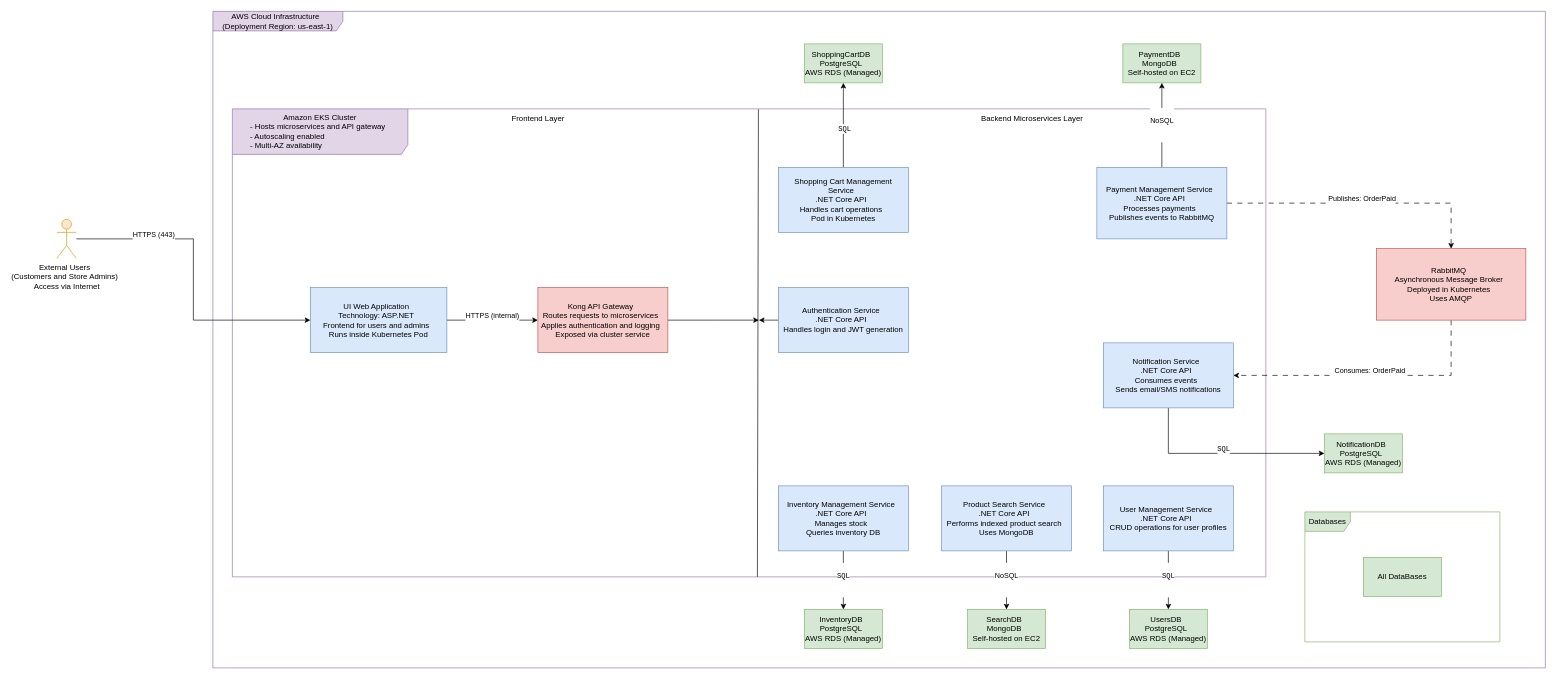
Mundrack/Diagramas-DrawIO keeps this draw.io diagram as SPSM_Infrastructure_Diagram.drawio. Above is the earlier version. Source tidied: cells renumbered, new cells numbered last; positions are measured from the earlier drawing's top-left corner, leaving out a move shared by most shapes. Both pictures are drawn from the tidied source at 65%, with x=0, y=0 at pixel (57, 11).
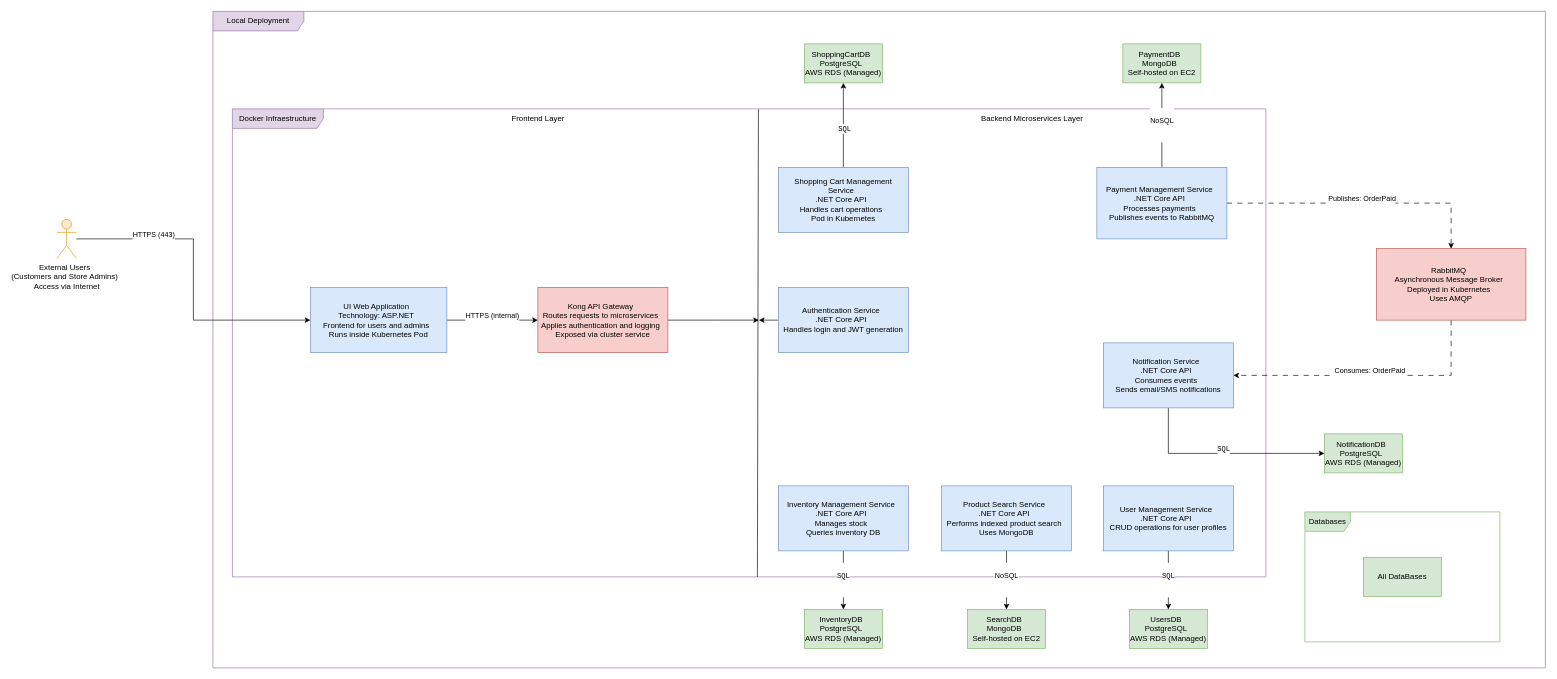
The same page after the edit.

The edit, as a diff of the source:
```diff
@@
-    <mxCell id="2" value="&lt;div&gt;AWS Cloud Infrastructure&amp;nbsp;&amp;nbsp;&lt;/div&gt;&lt;div&gt;(Deployment Region: us-east-1)&lt;/div&gt;" style="shape=umlFrame;whiteSpace=wrap;html=1;width=200;height=30;fillColor=#e1d5e7;strokeColor=#9673a6;" parent="1" vertex="1">
+    <mxCell id="2" value="Local Deployment" style="shape=umlFrame;whiteSpace=wrap;html=1;width=140;height=30;fillColor=#e1d5e7;strokeColor=#9673a6;" parent="1" vertex="1">
       <mxGeometry x="240" width="2050" height="1010" as="geometry" />
     </mxCell>
-    <mxCell id="3" value="Amazon EKS Cluster&lt;br&gt;&lt;div style=&quot;text-align: left; text-wrap-mode: nowrap;&quot;&gt;- Hosts microservices and API gateway&amp;nbsp;&amp;nbsp;&lt;/div&gt;&lt;div style=&quot;text-align: left; text-wrap-mode: nowrap;&quot;&gt;- Autoscaling enabled&amp;nbsp;&amp;nbsp;&lt;/div&gt;&lt;div style=&quot;text-align: left; text-wrap-mode: nowrap;&quot;&gt;- Multi-AZ availability&lt;/div&gt;" style="shape=umlFrame;whiteSpace=wrap;html=1;width=270;height=70;fillColor=#e1d5e7;strokeColor=#9673a6;" parent="1" vertex="1">
+    <mxCell id="3" value="&lt;div style=&quot;text-align: left;&quot;&gt;&lt;span style=&quot;text-wrap-mode: nowrap;&quot;&gt;Docker Infraestructure&lt;/span&gt;&lt;/div&gt;" style="shape=umlFrame;whiteSpace=wrap;html=1;width=140;height=30;fillColor=#e1d5e7;strokeColor=#9673a6;" parent="1" vertex="1">
       <mxGeometry x="270" y="150" width="1590" height="720" as="geometry" />
     </mxCell>
```
